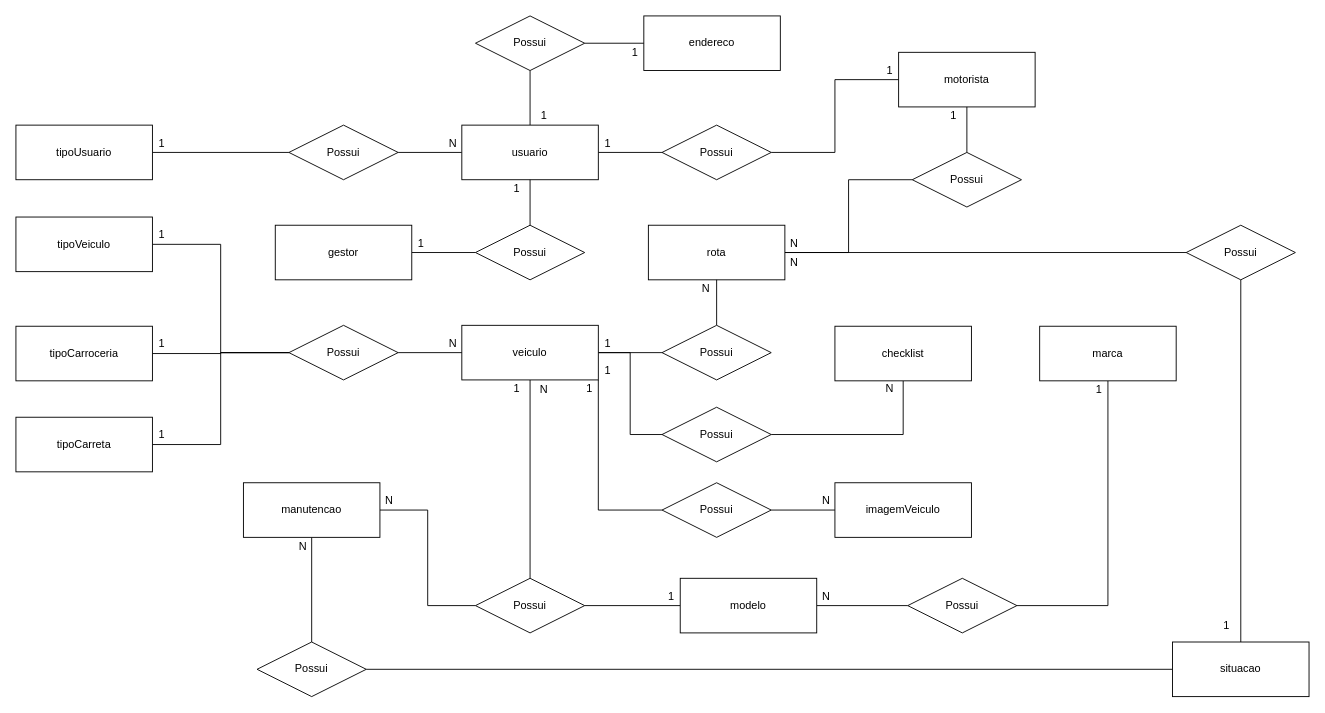
This is page "modelo-conceitual" (2 of 2) of Banco de dados/Modelagens/Loggex.drawio from Loggex/Backend-Loggex, a draw.io file, before an edit. Source tidied: cells renumbered, new cells numbered last; positions are measured from the earlier drawing's top-left corner, leaving out a move shared by most shapes. Both pictures are drawn from the tidied source at 91%, with x=0, y=0 at pixel (15, 15).
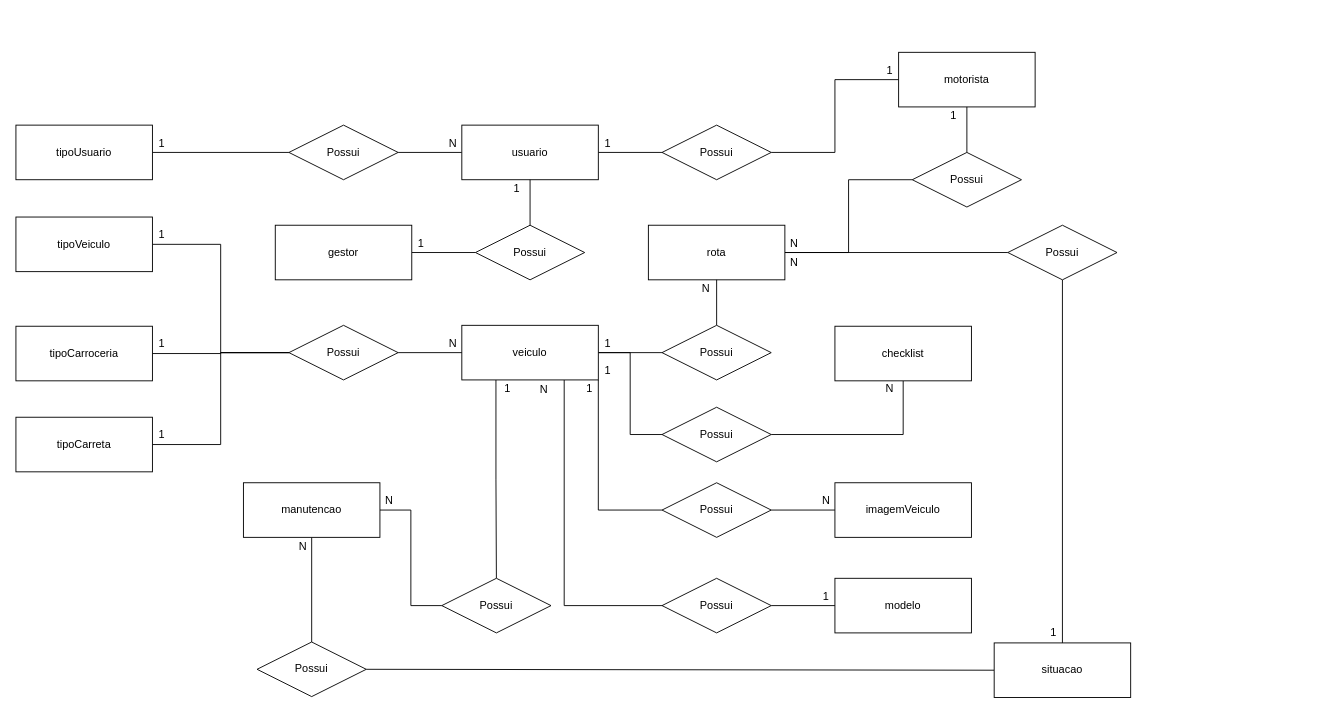
The same page after the edit.

Unchanged cells that the change refers to:
```xml
<mxCell id="6" value="veiculo" style="whiteSpace=wrap;html=1;align=center;" parent="1" vertex="1">
  <mxGeometry x="490" y="340" width="150" height="60" as="geometry" />
</mxCell>
<mxCell id="14" value="usuario" style="whiteSpace=wrap;html=1;align=center;" parent="1" vertex="1">
  <mxGeometry x="490" y="120" width="150" height="60" as="geometry" />
</mxCell>
```

What changed in the source:
```diff
@@
-    <mxCell id="3" style="edgeStyle=orthogonalEdgeStyle;rounded=0;jettySize=auto;html=1;exitX=0.5;exitY=1;exitDx=0;exitDy=0;entryX=0.5;entryY=0;entryDx=0;entryDy=0;endArrow=none;endFill=0;" parent="1" edge="1" source="6" target="48">
+    <mxCell id="3" style="edgeStyle=orthogonalEdgeStyle;rounded=0;jettySize=auto;html=1;exitX=0.25;exitY=1;exitDx=0;exitDy=0;entryX=0.5;entryY=0;entryDx=0;entryDy=0;endArrow=none;endFill=0;" parent="1" edge="1" source="6" target="48">
       <mxGeometry relative="1" as="geometry" />
     </mxCell>
@@
+    <mxCell id="89" style="edgeStyle=orthogonalEdgeStyle;rounded=0;jettySize=auto;html=1;exitX=0.75;exitY=1;exitDx=0;exitDy=0;entryX=0;entryY=0.5;entryDx=0;entryDy=0;endArrow=none;endFill=0;" parent="1" edge="1" source="6" target="91">
+      <mxGeometry relative="1" as="geometry" />
+    </mxCell>
@@
-    <mxCell id="13" style="edgeStyle=orthogonalEdgeStyle;rounded=0;jumpStyle=gap;jumpSize=11;jettySize=auto;html=1;exitX=0.5;exitY=0;exitDx=0;exitDy=0;entryX=0.5;entryY=1;entryDx=0;entryDy=0;endArrow=none;endFill=0;" parent="1" edge="1" source="14" target="77">
-      <mxGeometry relative="1" as="geometry" />
-    </mxCell>
@@
-    <mxCell id="47" style="edgeStyle=orthogonalEdgeStyle;rounded=0;jettySize=auto;html=1;exitX=1;exitY=0.5;exitDx=0;exitDy=0;entryX=0;entryY=0.5;entryDx=0;entryDy=0;endArrow=none;endFill=0;" parent="1" edge="1" source="48" target="63">
-      <mxGeometry relative="1" as="geometry" />
-    </mxCell>
     <mxCell id="48" value="Possui" style="shape=rhombus;perimeter=rhombusPerimeter;whiteSpace=wrap;html=1;align=center;" parent="1" vertex="1">
-      <mxGeometry x="505" y="618" width="120" height="60" as="geometry" />
+      <mxGeometry x="468" y="618" width="120" height="60" as="geometry" />
     </mxCell>
     <mxCell id="49" value="1" style="text;html=1;align=center;verticalAlign=middle;strokeColor=none;fillColor=none;" parent="1" vertex="1">
-      <mxGeometry x="540" y="400" width="20" height="20" as="geometry" />
+      <mxGeometry x="530" y="400" width="20" height="20" as="geometry" />
     </mxCell>
@@
-    <mxCell id="57" value="endereco" style="whiteSpace=wrap;html=1;align=center;" parent="1" vertex="1">
-      <mxGeometry x="690" width="150" height="60" as="geometry" />
-    </mxCell>
@@
     <mxCell id="60" value="situacao" style="whiteSpace=wrap;html=1;align=center;" parent="1" vertex="1">
-      <mxGeometry x="1271" y="688" width="150" height="60" as="geometry" />
+      <mxGeometry x="1075" y="689" width="150" height="60" as="geometry" />
     </mxCell>
@@
-    <mxCell id="62" style="edgeStyle=orthogonalEdgeStyle;rounded=0;jettySize=auto;html=1;exitX=1;exitY=0.5;exitDx=0;exitDy=0;entryX=0;entryY=0.5;entryDx=0;entryDy=0;endArrow=none;endFill=0;" parent="1" edge="1" source="63" target="65">
-      <mxGeometry relative="1" as="geometry" />
-    </mxCell>
     <mxCell id="63" value="modelo" style="whiteSpace=wrap;html=1;align=center;" parent="1" vertex="1">
-      <mxGeometry x="730" y="618" width="150" height="60" as="geometry" />
+      <mxGeometry x="900" y="618" width="150" height="60" as="geometry" />
     </mxCell>
-    <mxCell id="64" style="edgeStyle=orthogonalEdgeStyle;rounded=0;jettySize=auto;html=1;exitX=1;exitY=0.5;exitDx=0;exitDy=0;entryX=0.5;entryY=1;entryDx=0;entryDy=0;endArrow=none;endFill=0;" parent="1" edge="1" source="65" target="66">
-      <mxGeometry relative="1" as="geometry" />
-    </mxCell>
-    <mxCell id="65" value="Possui" style="shape=rhombus;perimeter=rhombusPerimeter;whiteSpace=wrap;html=1;align=center;" parent="1" vertex="1">
-      <mxGeometry x="980" y="618" width="120" height="60" as="geometry" />
-    </mxCell>
-    <mxCell id="66" value="marca" style="whiteSpace=wrap;html=1;align=center;" parent="1" vertex="1">
-      <mxGeometry x="1125" y="341" width="150" height="60" as="geometry" />
-    </mxCell>
@@
     <mxCell id="68" value="1" style="text;html=1;align=center;verticalAlign=middle;strokeColor=none;fillColor=none;" parent="1" vertex="1">
-      <mxGeometry x="710" y="628" width="20" height="20" as="geometry" />
+      <mxGeometry x="880" y="628" width="20" height="20" as="geometry" />
     </mxCell>
-    <mxCell id="69" value="N" style="text;html=1;align=center;verticalAlign=middle;strokeColor=none;fillColor=none;" parent="1" vertex="1">
-      <mxGeometry x="880" y="628" width="20" height="20" as="geometry" />
-    </mxCell>
-    <mxCell id="70" value="1" style="text;html=1;align=center;verticalAlign=middle;strokeColor=none;fillColor=none;" parent="1" vertex="1">
-      <mxGeometry x="1180" y="401" width="20" height="20" as="geometry" />
-    </mxCell>
@@
-    <mxCell id="76" style="edgeStyle=orthogonalEdgeStyle;rounded=0;jumpStyle=gap;jumpSize=11;jettySize=auto;html=1;exitX=1;exitY=0.5;exitDx=0;exitDy=0;entryX=0;entryY=0.5;entryDx=0;entryDy=0;endArrow=none;endFill=0;" parent="1" edge="1" source="77" target="57">
-      <mxGeometry relative="1" as="geometry" />
-    </mxCell>
-    <mxCell id="77" value="Possui" style="shape=rhombus;perimeter=rhombusPerimeter;whiteSpace=wrap;html=1;align=center;" parent="1" vertex="1">
-      <mxGeometry x="505" width="120" height="60" as="geometry" />
-    </mxCell>
-    <mxCell id="78" value="1" style="text;html=1;align=center;verticalAlign=middle;strokeColor=none;fillColor=none;" parent="1" vertex="1">
-      <mxGeometry x="570" y="100" width="20" height="20" as="geometry" />
-    </mxCell>
-    <mxCell id="79" value="1" style="text;html=1;align=center;verticalAlign=middle;strokeColor=none;fillColor=none;" parent="1" vertex="1">
-      <mxGeometry x="670" y="30" width="20" height="20" as="geometry" />
-    </mxCell>
@@
     <mxCell id="86" value="Possui" style="shape=rhombus;perimeter=rhombusPerimeter;whiteSpace=wrap;html=1;align=center;" parent="1" vertex="1">
-      <mxGeometry x="1286" y="230" width="120" height="60" as="geometry" />
+      <mxGeometry x="1090" y="230" width="120" height="60" as="geometry" />
     </mxCell>
@@
     <mxCell id="88" value="1" style="text;html=1;align=center;verticalAlign=middle;strokeColor=none;fillColor=none;" parent="1" vertex="1">
-      <mxGeometry x="1320" y="660" width="20" height="20" as="geometry" />
+      <mxGeometry x="1130" y="668" width="20" height="20" as="geometry" />
     </mxCell>
+    <mxCell id="90" style="edgeStyle=orthogonalEdgeStyle;rounded=0;jettySize=auto;html=1;exitX=1;exitY=0.5;exitDx=0;exitDy=0;entryX=0;entryY=0.5;entryDx=0;entryDy=0;endArrow=none;endFill=0;" parent="1" edge="1" source="91" target="63">
+      <mxGeometry relative="1" as="geometry" />
+    </mxCell>
+    <mxCell id="91" value="Possui" style="shape=rhombus;perimeter=rhombusPerimeter;whiteSpace=wrap;html=1;align=center;" parent="1" vertex="1">
+      <mxGeometry x="710" y="618" width="120" height="60" as="geometry" />
+    </mxCell>
```
